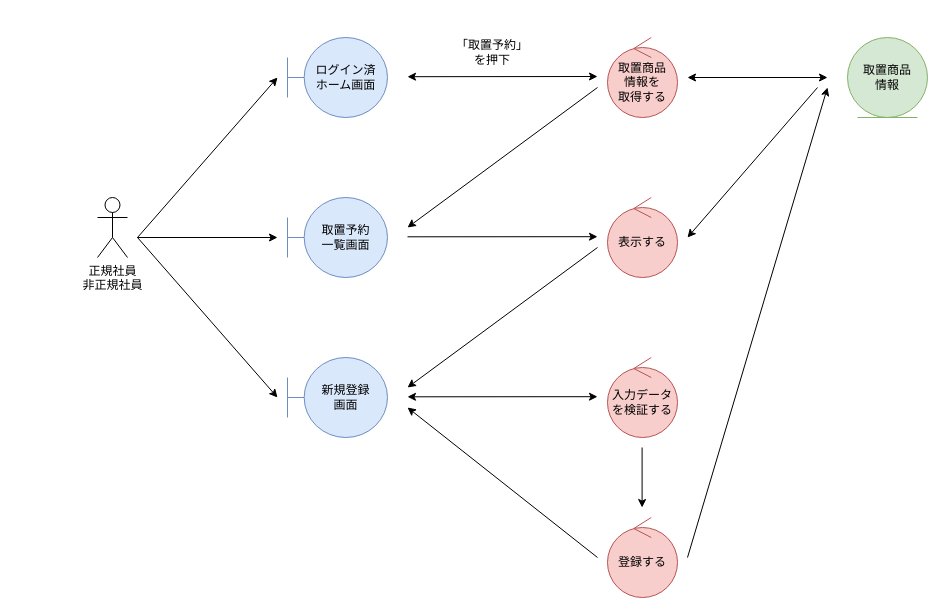
Before: page "*取置予約管理_登録" (1 of 4) of 各種設計書/3ロバストネス図/商品情報管理/3.取置予約管理.drawio in HaruShim/Sotuken, a draw.io diagram. Source tidied: cells renumbered, new cells numbered last; positions are measured from the earlier drawing's top-left corner, leaving out a move shared by most shapes. Both pictures are drawn from the tidied source at 100%, with x=0, y=0 at pixel (97, 37).
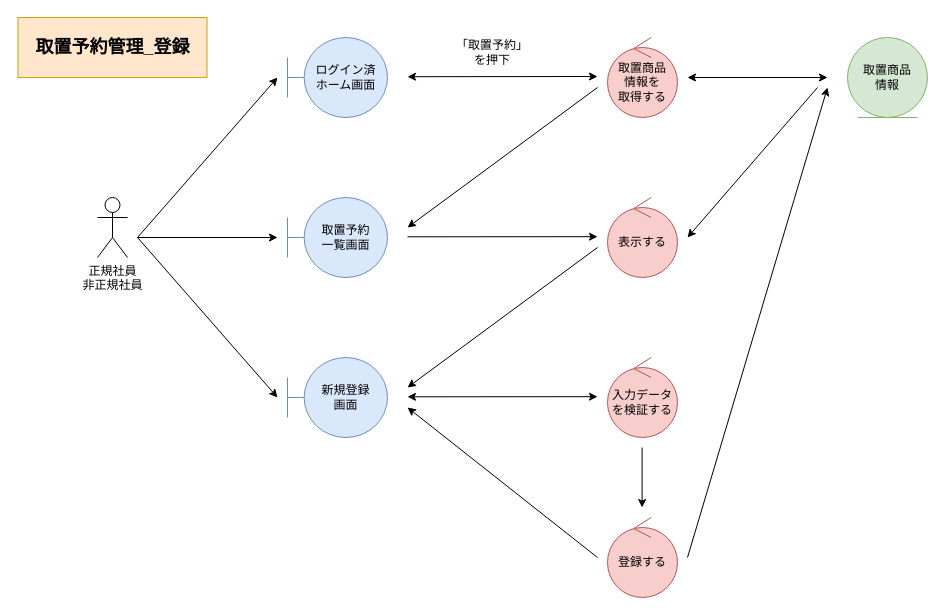
The same page after the edit.

What changed in the source:
```diff
@@
+    <mxCell id="25" value="取置予約管理_登録" style="rounded=0;whiteSpace=wrap;html=1;fillColor=#ffe6cc;strokeColor=#d79b00;fontStyle=1;fontSize=18;" parent="1" vertex="1">
+      <mxGeometry x="-79.5" y="-20" width="189" height="60" as="geometry" />
+    </mxCell>
```
